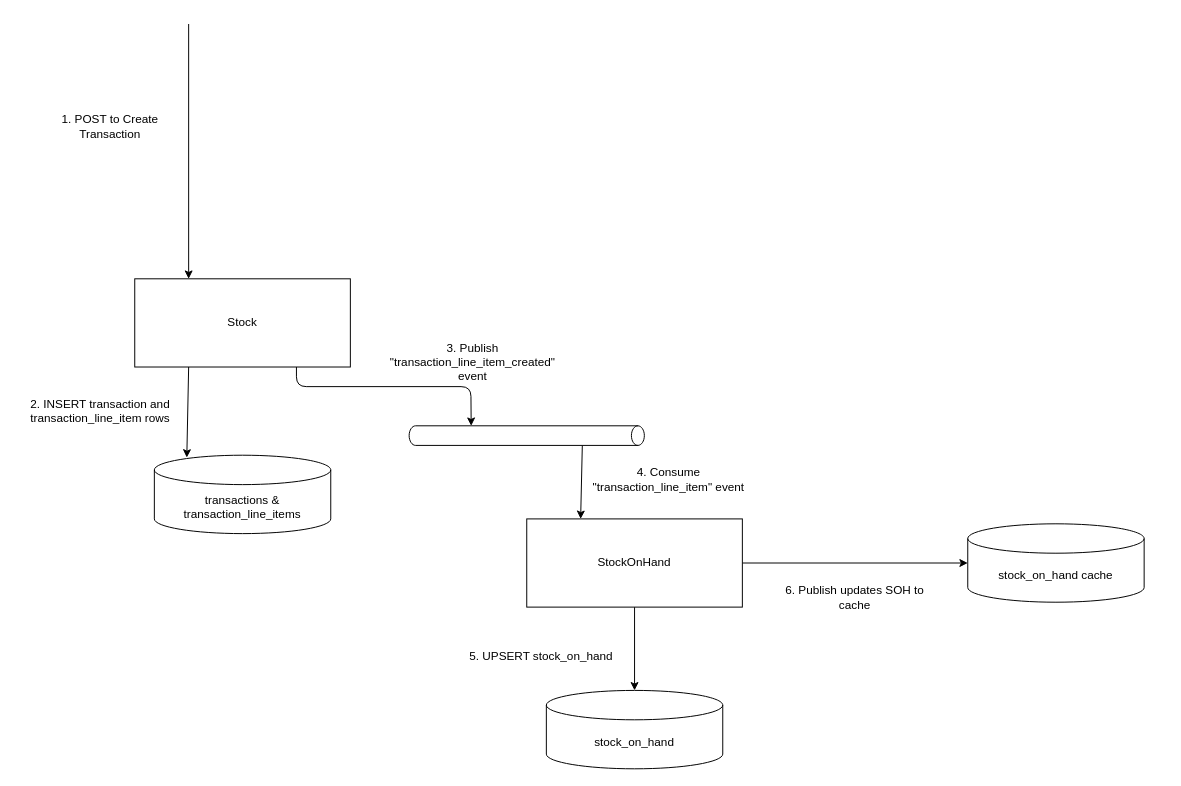
This is docs/services/stock/stock-on-hand.svg.drawio from jdotw/warehouse, a draw.io file, before an edit. Source tidied: cells renumbered, new cells numbered last; positions are measured from the earlier drawing's top-left corner, leaving out a move shared by most shapes. Both pictures are drawn from the tidied source at 98%, with x=0, y=0 at pixel (17, 24).
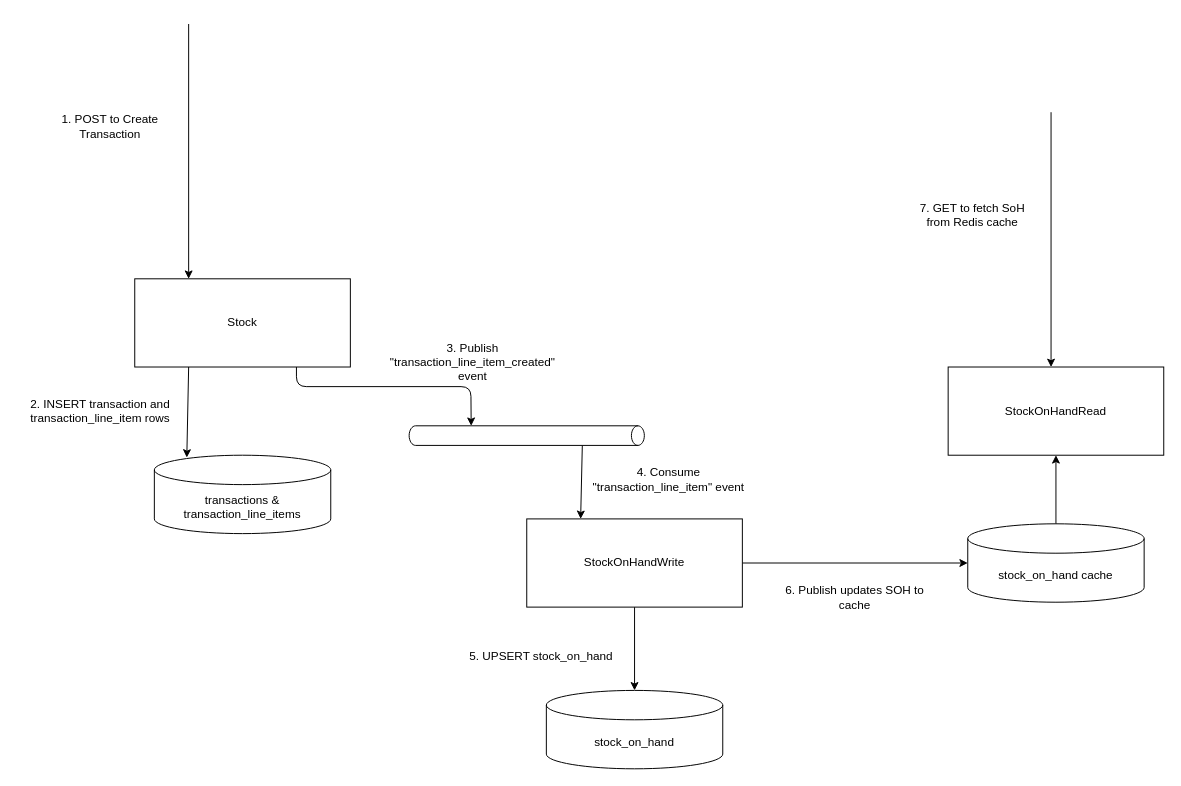
After the change.

Commit message (it also covers changes not shown here):
stockonhand service consumes line-item-created events and updates stock on hand database table

Unchanged cells that the change refers to:
```xml
<mxCell id="18" value="stock_on_hand cache" style="shape=cylinder3;whiteSpace=wrap;html=1;boundedLbl=1;backgroundOutline=1;size=15;" parent="1" vertex="1">
  <mxGeometry x="970" y="510" width="180" height="80" as="geometry" />
</mxCell>
```

Diff of the diagram source:
```diff
@@
-    <mxCell id="12" value="StockOnHand" style="rounded=0;whiteSpace=wrap;html=1;" parent="1" vertex="1">
+    <mxCell id="12" value="StockOnHandWrite" style="rounded=0;whiteSpace=wrap;html=1;" parent="1" vertex="1">
       <mxGeometry x="520" y="505" width="220" height="90" as="geometry" />
     </mxCell>
@@
+    <mxCell id="20" style="edgeStyle=none;html=1;exitX=0.5;exitY=0;exitDx=0;exitDy=0;exitPerimeter=0;" parent="1" edge="1" source="18" target="21">
+      <mxGeometry relative="1" as="geometry" />
+    </mxCell>
@@
+    <mxCell id="21" value="StockOnHandRead" style="rounded=0;whiteSpace=wrap;html=1;" parent="1" vertex="1">
+      <mxGeometry x="950" y="350" width="220" height="90" as="geometry" />
+    </mxCell>
+    <mxCell id="22" style="endArrow=classic;html=1;entryX=0.25;entryY=0;entryDx=0;entryDy=0;" parent="1" edge="1">
+      <mxGeometry relative="1" as="geometry">
+        <mxPoint x="1055" y="90" as="sourcePoint" />
+        <mxPoint x="1055" y="350" as="targetPoint" />
+      </mxGeometry>
+    </mxCell>
+    <mxCell id="23" value="7. GET to fetch SoH from Redis cache" style="text;html=1;strokeColor=none;fillColor=none;align=center;verticalAlign=middle;whiteSpace=wrap;rounded=0;" parent="1" vertex="1">
+      <mxGeometry x="910" y="170" width="130" height="50" as="geometry" />
+    </mxCell>
```
